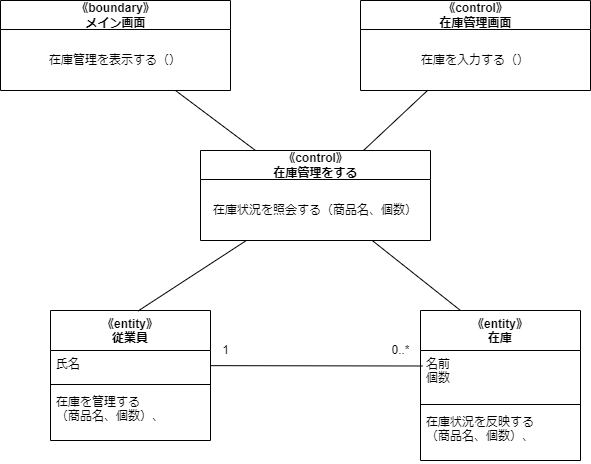
Earlier version of the draw.io export psp4/分析モデルのクラス図/分析モデルクラス図_在庫管理.drawio.png (MasakiHiguchi/---). Source tidied: cells renumbered, new cells last; positions are measured from the earlier drawing's top-left corner, leaving out a move shared by most shapes.
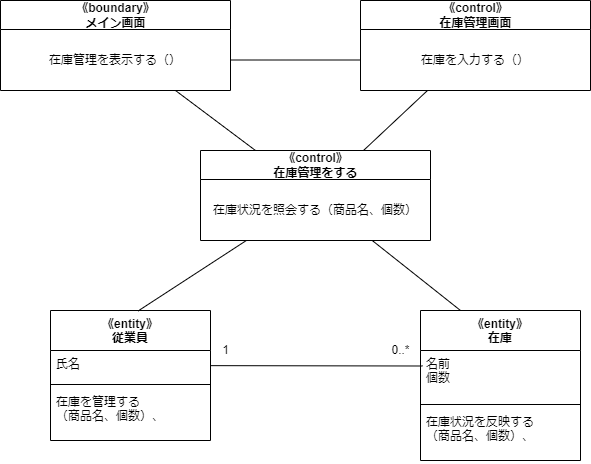
After the change.

Diff of the diagram source:
```diff
@@ -65,5 +65,8 @@
     <mxCell id="22" value="在庫を入力する（）" style="text;html=1;strokeColor=none;fillColor=none;align=center;verticalAlign=middle;spacingLeft=4;spacingRight=4;overflow=hidden;points=[[0,0.5],[1,0.5]];portConstraint=eastwest;" parent="21" vertex="1">
       <mxGeometry y="29" width="230" height="61" as="geometry" />
     </mxCell>
+    <mxCell id="23" style="edgeStyle=none;html=1;entryX=0;entryY=0.5;entryDx=0;entryDy=0;endArrow=none;endFill=0;" parent="1" edge="1" source="19" target="22">
+      <mxGeometry relative="1" as="geometry" />
+    </mxCell>
   </root>
 </mxGraphModel>
```
